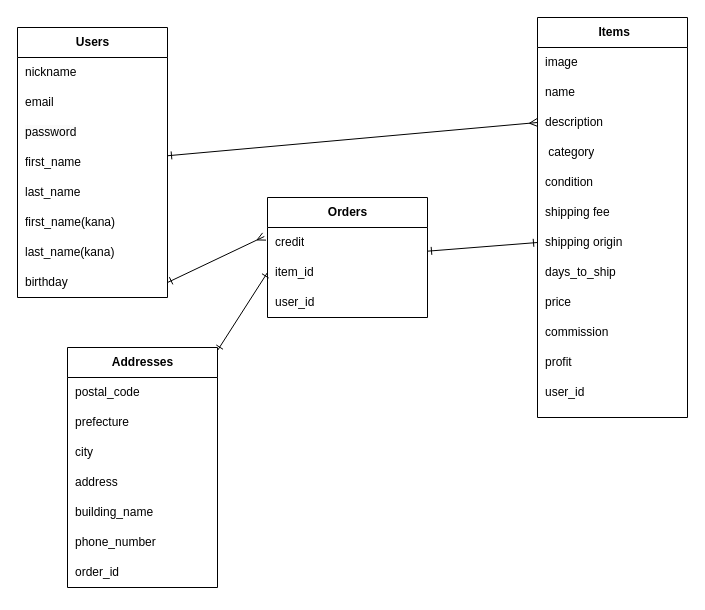
Before: ER.dio in risakot1114/furima-46405, a draw.io diagram. Source tidied: cells renumbered, new cells numbered last; positions are measured from the earlier drawing's top-left corner, leaving out a move shared by most shapes. Both pictures are drawn from the tidied source at 100%, with x=0, y=0 at pixel (17, 17).
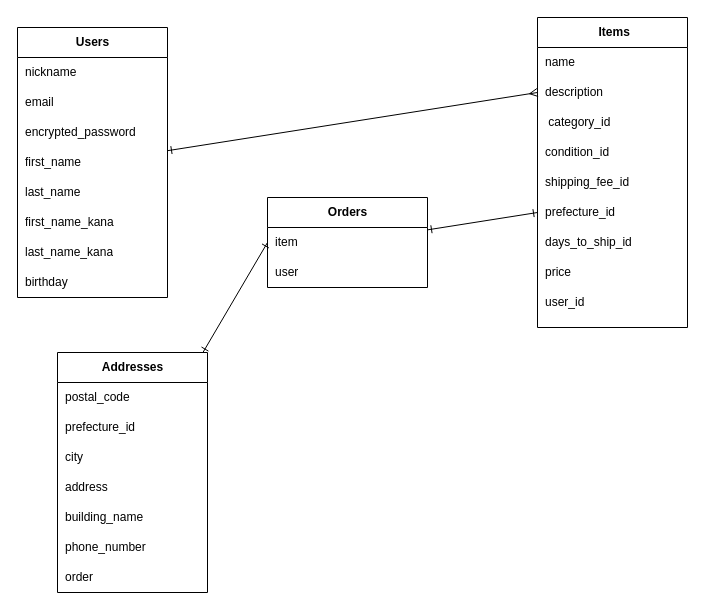
After the change.

The change refers to these unchanged cells:
```xml
<mxCell id="7" style="shape=tableRow;horizontal=0;startSize=0;swimlaneHead=0;swimlaneBody=0;fillColor=none;top=0;left=0;right=0;bottom=0;" parent="2" vertex="1">
  <mxGeometry y="90" width="150" height="30" as="geometry" />
</mxCell>
<mxCell id="13" style="shape=tableRow;horizontal=0;startSize=0;swimlaneHead=0;swimlaneBody=0;fillColor=none;top=0;left=0;right=0;bottom=0;" parent="2" vertex="1">
  <mxGeometry y="180" width="150" height="30" as="geometry" />
</mxCell>
<mxCell id="15" style="shape=tableRow;horizontal=0;startSize=0;swimlaneHead=0;swimlaneBody=0;fillColor=none;top=0;left=0;right=0;bottom=0;" parent="2" vertex="1">
  <mxGeometry y="210" width="150" height="30" as="geometry" />
</mxCell>
<mxCell id="17" style="shape=tableRow;horizontal=0;startSize=0;swimlaneHead=0;swimlaneBody=0;fillColor=none;points=[[0,0.5],[1,0.5]];portConstraint=eastwest;top=0;left=0;right=0;bottom=0;" parent="2" vertex="1">
  <mxGeometry y="240" width="150" height="30" as="geometry" />
</mxCell>
<mxCell id="54" style="shape=tableRow;horizontal=0;startSize=0;swimlaneHead=0;swimlaneBody=0;fillColor=none;top=0;left=0;right=0;bottom=0;" parent="51" vertex="1">
  <mxGeometry y="60" width="150" height="30" as="geometry" />
</mxCell>
<mxCell id="64" style="shape=tableRow;horizontal=0;startSize=0;swimlaneHead=0;swimlaneBody=0;fillColor=none;top=0;left=0;right=0;bottom=0;" parent="51" vertex="1">
  <mxGeometry y="210" width="150" height="30" as="geometry" />
</mxCell>
```

Diff of the diagram source:
```diff
@@
-    <mxCell id="2" value="Users" style="shape=table;startSize=30;childLayout=tableLayout;rowLines=0;fontStyle=1;align=center;html=1;" parent="1" vertex="1">
+    <mxCell id="2" value="Users" style="shape=table;startSize=30;childLayout=tableLayout;rowLines=0;fontStyle=1;align=center;html=1;strokeColor=default;" parent="1" vertex="1">
       <mxGeometry y="10" width="150" height="270" as="geometry" />
     </mxCell>
@@
-    <mxCell id="8" value="&lt;span style=&quot;color: rgb(0, 0, 0); font-family: Helvetica; font-size: 12px; font-style: normal; font-variant-ligatures: normal; font-variant-caps: normal; font-weight: 400; letter-spacing: normal; orphans: 2; text-align: left; text-indent: 0px; text-transform: none; widows: 2; word-spacing: 0px; -webkit-text-stroke-width: 0px; white-space: normal; background-color: rgb(251, 251, 251); text-decoration-thickness: initial; text-decoration-style: initial; text-decoration-color: initial; display: inline !important; float: none;&quot;&gt;password&lt;/span&gt;" style="shape=partialRectangle;fillColor=none;top=0;left=0;bottom=0;right=0;align=left;spacingLeft=6;overflow=hidden;whiteSpace=wrap;html=1;" parent="7" vertex="1">
-      <mxGeometry width="150" height="30" as="geometry" />
-    </mxCell>
+    <mxCell id="70" value="encrypted_password" style="shape=partialRectangle;fillColor=none;top=0;left=0;bottom=0;right=0;align=left;spacingLeft=6;overflow=hidden;whiteSpace=wrap;html=1;" parent="7" vertex="1">
+      <mxGeometry width="150" height="30" as="geometry" />
+    </mxCell>
@@
-    <mxCell id="14" value="first_name(kana)" style="shape=partialRectangle;fillColor=none;top=0;left=0;bottom=0;right=0;align=left;spacingLeft=6;overflow=hidden;whiteSpace=wrap;html=1;" parent="13" vertex="1">
+    <mxCell id="14" value="first_name_kana" style="shape=partialRectangle;fillColor=none;top=0;left=0;bottom=0;right=0;align=left;spacingLeft=6;overflow=hidden;whiteSpace=wrap;html=1;" parent="13" vertex="1">
       <mxGeometry width="150" height="30" as="geometry" />
     </mxCell>
@@
-    <mxCell id="16" value="last_name(kana)" style="shape=partialRectangle;fillColor=none;top=0;left=0;bottom=0;right=0;align=left;spacingLeft=6;overflow=hidden;whiteSpace=wrap;html=1;" parent="15" vertex="1">
+    <mxCell id="16" value="last_name_kana" style="shape=partialRectangle;fillColor=none;top=0;left=0;bottom=0;right=0;align=left;spacingLeft=6;overflow=hidden;whiteSpace=wrap;html=1;" parent="15" vertex="1">
       <mxGeometry width="150" height="30" as="geometry" />
     </mxCell>
@@
     <mxCell id="19" value="&amp;nbsp;Items" style="shape=table;startSize=30;childLayout=tableLayout;rowLines=0;fontStyle=1;align=center;html=1;" parent="1" vertex="1">
-      <mxGeometry x="520" width="150" height="400" as="geometry" />
+      <mxGeometry x="520" width="150" height="310" as="geometry" />
     </mxCell>
-    <mxCell id="20" style="shape=tableRow;horizontal=0;startSize=0;swimlaneHead=0;swimlaneBody=0;fillColor=none;top=0;left=0;right=0;bottom=0;" parent="19" vertex="1">
-      <mxGeometry y="30" width="150" height="30" as="geometry" />
-    </mxCell>
-    <mxCell id="21" value="image" style="shape=partialRectangle;fillColor=none;top=0;left=0;bottom=0;right=0;align=left;spacingLeft=6;overflow=hidden;whiteSpace=wrap;html=1;" parent="20" vertex="1">
-      <mxGeometry width="150" height="30" as="geometry" />
-    </mxCell>
     <mxCell id="22" style="shape=tableRow;horizontal=0;startSize=0;swimlaneHead=0;swimlaneBody=0;fillColor=none;top=0;left=0;right=0;bottom=0;" parent="19" vertex="1">
-      <mxGeometry y="60" width="150" height="30" as="geometry" />
+      <mxGeometry y="30" width="150" height="30" as="geometry" />
     </mxCell>
@@
     <mxCell id="24" style="shape=tableRow;horizontal=0;startSize=0;swimlaneHead=0;swimlaneBody=0;fillColor=none;points=[[0,0.5],[1,0.5]];portConstraint=eastwest;top=0;left=0;right=0;bottom=0;" parent="19" vertex="1">
-      <mxGeometry y="90" width="150" height="30" as="geometry" />
+      <mxGeometry y="60" width="150" height="30" as="geometry" />
     </mxCell>
@@
     <mxCell id="26" style="shape=tableRow;horizontal=0;startSize=0;swimlaneHead=0;swimlaneBody=0;fillColor=none;top=0;left=0;right=0;bottom=0;" parent="19" vertex="1">
-      <mxGeometry y="120" width="150" height="30" as="geometry" />
+      <mxGeometry y="90" width="150" height="30" as="geometry" />
     </mxCell>
-    <mxCell id="27" value="&amp;nbsp;category" style="shape=partialRectangle;fillColor=none;top=0;left=0;bottom=0;right=0;align=left;spacingLeft=6;overflow=hidden;whiteSpace=wrap;html=1;" parent="26" vertex="1">
+    <mxCell id="27" value="&amp;nbsp;category_id" style="shape=partialRectangle;fillColor=none;top=0;left=0;bottom=0;right=0;align=left;spacingLeft=6;overflow=hidden;whiteSpace=wrap;html=1;" parent="26" vertex="1">
       <mxGeometry width="150" height="30" as="geometry" />
     </mxCell>
     <mxCell id="28" style="shape=tableRow;horizontal=0;startSize=0;swimlaneHead=0;swimlaneBody=0;fillColor=none;top=0;left=0;right=0;bottom=0;" parent="19" vertex="1">
-      <mxGeometry y="150" width="150" height="30" as="geometry" />
+      <mxGeometry y="120" width="150" height="30" as="geometry" />
     </mxCell>
-    <mxCell id="29" value="condition" style="shape=partialRectangle;fillColor=none;top=0;left=0;bottom=0;right=0;align=left;spacingLeft=6;overflow=hidden;whiteSpace=wrap;html=1;" parent="28" vertex="1">
+    <mxCell id="29" value="condition_id" style="shape=partialRectangle;fillColor=none;top=0;left=0;bottom=0;right=0;align=left;spacingLeft=6;overflow=hidden;whiteSpace=wrap;html=1;" parent="28" vertex="1">
       <mxGeometry width="150" height="30" as="geometry" />
     </mxCell>
     <mxCell id="30" style="shape=tableRow;horizontal=0;startSize=0;swimlaneHead=0;swimlaneBody=0;fillColor=none;top=0;left=0;right=0;bottom=0;" parent="19" vertex="1">
-      <mxGeometry y="180" width="150" height="30" as="geometry" />
+      <mxGeometry y="150" width="150" height="30" as="geometry" />
     </mxCell>
-    <mxCell id="31" value="shipping fee" style="shape=partialRectangle;fillColor=none;top=0;left=0;bottom=0;right=0;align=left;spacingLeft=6;overflow=hidden;whiteSpace=wrap;html=1;" parent="30" vertex="1">
+    <mxCell id="31" value="shipping_fee_id" style="shape=partialRectangle;fillColor=none;top=0;left=0;bottom=0;right=0;align=left;spacingLeft=6;overflow=hidden;whiteSpace=wrap;html=1;" parent="30" vertex="1">
       <mxGeometry width="150" height="30" as="geometry" />
     </mxCell>
     <mxCell id="32" style="shape=tableRow;horizontal=0;startSize=0;swimlaneHead=0;swimlaneBody=0;fillColor=none;points=[[0,0.5],[1,0.5]];portConstraint=eastwest;top=0;left=0;right=0;bottom=0;" parent="19" vertex="1">
-      <mxGeometry y="210" width="150" height="30" as="geometry" />
+      <mxGeometry y="180" width="150" height="30" as="geometry" />
     </mxCell>
-    <mxCell id="33" value="shipping origin" style="shape=partialRectangle;fillColor=none;top=0;left=0;bottom=0;right=0;align=left;spacingLeft=6;overflow=hidden;whiteSpace=wrap;html=1;" parent="32" vertex="1">
+    <mxCell id="33" value="&lt;span style=&quot;color: rgb(0, 0, 0);&quot;&gt;prefecture_id&lt;/span&gt;" style="shape=partialRectangle;fillColor=none;top=0;left=0;bottom=0;right=0;align=left;spacingLeft=6;overflow=hidden;whiteSpace=wrap;html=1;" parent="32" vertex="1">
       <mxGeometry width="150" height="30" as="geometry" />
     </mxCell>
     <mxCell id="34" style="shape=tableRow;horizontal=0;startSize=0;swimlaneHead=0;swimlaneBody=0;fillColor=none;top=0;left=0;right=0;bottom=0;" parent="19" vertex="1">
-      <mxGeometry y="240" width="150" height="30" as="geometry" />
+      <mxGeometry y="210" width="150" height="30" as="geometry" />
     </mxCell>
-    <mxCell id="35" value="days_to_ship" style="shape=partialRectangle;fillColor=none;top=0;left=0;bottom=0;right=0;align=left;spacingLeft=6;overflow=hidden;whiteSpace=wrap;html=1;" parent="34" vertex="1">
+    <mxCell id="35" value="days_to_ship_id" style="shape=partialRectangle;fillColor=none;top=0;left=0;bottom=0;right=0;align=left;spacingLeft=6;overflow=hidden;whiteSpace=wrap;html=1;" parent="34" vertex="1">
       <mxGeometry width="150" height="30" as="geometry" />
     </mxCell>
     <mxCell id="36" style="shape=tableRow;horizontal=0;startSize=0;swimlaneHead=0;swimlaneBody=0;fillColor=none;top=0;left=0;right=0;bottom=0;" parent="19" vertex="1">
-      <mxGeometry y="270" width="150" height="30" as="geometry" />
+      <mxGeometry y="240" width="150" height="30" as="geometry" />
     </mxCell>
@@
-    <mxCell id="38" style="shape=tableRow;horizontal=0;startSize=0;swimlaneHead=0;swimlaneBody=0;fillColor=none;top=0;left=0;right=0;bottom=0;" parent="19" vertex="1">
-      <mxGeometry y="300" width="150" height="30" as="geometry" />
-    </mxCell>
-    <mxCell id="39" value="commission" style="shape=partialRectangle;fillColor=none;top=0;left=0;bottom=0;right=0;align=left;spacingLeft=6;overflow=hidden;whiteSpace=wrap;html=1;" parent="38" vertex="1">
-      <mxGeometry width="150" height="30" as="geometry" />
-    </mxCell>
-    <mxCell id="40" style="shape=tableRow;horizontal=0;startSize=0;swimlaneHead=0;swimlaneBody=0;fillColor=none;top=0;left=0;right=0;bottom=0;" parent="19" vertex="1">
-      <mxGeometry y="330" width="150" height="30" as="geometry" />
-    </mxCell>
-    <mxCell id="41" value="profit" style="shape=partialRectangle;fillColor=none;top=0;left=0;bottom=0;right=0;align=left;spacingLeft=6;overflow=hidden;whiteSpace=wrap;html=1;" parent="40" vertex="1">
-      <mxGeometry width="150" height="30" as="geometry" />
-    </mxCell>
     <mxCell id="42" style="shape=tableRow;horizontal=0;startSize=0;swimlaneHead=0;swimlaneBody=0;fillColor=none;top=0;left=0;right=0;bottom=0;" parent="19" vertex="1">
-      <mxGeometry y="360" width="150" height="30" as="geometry" />
+      <mxGeometry y="270" width="150" height="30" as="geometry" />
     </mxCell>
@@
     <mxCell id="44" value="Orders" style="shape=table;startSize=30;childLayout=tableLayout;rowLines=0;fontStyle=1;align=center;html=1;" parent="1" vertex="1">
-      <mxGeometry x="250" y="180" width="160" height="120" as="geometry" />
+      <mxGeometry x="250" y="180" width="160" height="90" as="geometry" />
     </mxCell>
-    <mxCell id="45" style="shape=tableRow;horizontal=0;startSize=0;swimlaneHead=0;swimlaneBody=0;fillColor=none;points=[[0,0.5],[1,0.5]];portConstraint=eastwest;top=0;left=0;right=0;bottom=0;" parent="44" vertex="1">
-      <mxGeometry y="30" width="160" height="30" as="geometry" />
-    </mxCell>
-    <mxCell id="46" value="credit" style="shape=partialRectangle;fillColor=none;top=0;left=0;bottom=0;right=0;align=left;spacingLeft=6;overflow=hidden;whiteSpace=wrap;html=1;" parent="45" vertex="1">
-      <mxGeometry width="160" height="30" as="geometry" />
-    </mxCell>
     <mxCell id="47" style="shape=tableRow;horizontal=0;startSize=0;swimlaneHead=0;swimlaneBody=0;fillColor=none;points=[[0,0.5],[1,0.5]];portConstraint=eastwest;top=0;left=0;right=0;bottom=0;" parent="44" vertex="1">
-      <mxGeometry y="60" width="160" height="30" as="geometry" />
+      <mxGeometry y="30" width="160" height="30" as="geometry" />
     </mxCell>
-    <mxCell id="48" value="item_id" style="shape=partialRectangle;fillColor=none;top=0;left=0;bottom=0;right=0;align=left;spacingLeft=6;overflow=hidden;whiteSpace=wrap;html=1;" parent="47" vertex="1">
+    <mxCell id="48" value="item" style="shape=partialRectangle;fillColor=none;top=0;left=0;bottom=0;right=0;align=left;spacingLeft=6;overflow=hidden;whiteSpace=wrap;html=1;" parent="47" vertex="1">
       <mxGeometry width="160" height="30" as="geometry" />
     </mxCell>
     <mxCell id="49" style="shape=tableRow;horizontal=0;startSize=0;swimlaneHead=0;swimlaneBody=0;fillColor=none;top=0;left=0;right=0;bottom=0;" parent="44" vertex="1">
-      <mxGeometry y="90" width="160" height="30" as="geometry" />
+      <mxGeometry y="60" width="160" height="30" as="geometry" />
     </mxCell>
-    <mxCell id="50" value="user_id" style="shape=partialRectangle;fillColor=none;top=0;left=0;bottom=0;right=0;align=left;spacingLeft=6;overflow=hidden;whiteSpace=wrap;html=1;" parent="49" vertex="1">
+    <mxCell id="50" value="user" style="shape=partialRectangle;fillColor=none;top=0;left=0;bottom=0;right=0;align=left;spacingLeft=6;overflow=hidden;whiteSpace=wrap;html=1;" parent="49" vertex="1">
       <mxGeometry width="160" height="30" as="geometry" />
     </mxCell>
     <mxCell id="51" value="Addresses" style="shape=table;startSize=30;childLayout=tableLayout;rowLines=0;fontStyle=1;align=center;html=1;" parent="1" vertex="1">
-      <mxGeometry x="50" y="330" width="150" height="240" as="geometry" />
+      <mxGeometry x="40" y="335" width="150" height="240" as="geometry" />
     </mxCell>
@@
-    <mxCell id="55" value="prefecture" style="shape=partialRectangle;fillColor=none;top=0;left=0;bottom=0;right=0;align=left;spacingLeft=6;overflow=hidden;whiteSpace=wrap;html=1;" parent="54" vertex="1">
+    <mxCell id="55" value="prefecture_id" style="shape=partialRectangle;fillColor=none;top=0;left=0;bottom=0;right=0;align=left;spacingLeft=6;overflow=hidden;whiteSpace=wrap;html=1;" parent="54" vertex="1">
       <mxGeometry width="150" height="30" as="geometry" />
     </mxCell>
@@
-    <mxCell id="65" value="order_id" style="shape=partialRectangle;fillColor=none;top=0;left=0;bottom=0;right=0;align=left;spacingLeft=6;overflow=hidden;whiteSpace=wrap;html=1;" parent="64" vertex="1">
+    <mxCell id="65" value="order" style="shape=partialRectangle;fillColor=none;top=0;left=0;bottom=0;right=0;align=left;spacingLeft=6;overflow=hidden;whiteSpace=wrap;html=1;" parent="64" vertex="1">
       <mxGeometry width="150" height="30" as="geometry" />
     </mxCell>
@@
-    <mxCell id="68" style="edgeStyle=none;html=1;exitX=1;exitY=0.5;exitDx=0;exitDy=0;entryX=-0.02;entryY=0.3;entryDx=0;entryDy=0;startArrow=ERone;startFill=0;endArrow=ERmany;endFill=0;entryPerimeter=0;" parent="1" edge="1" source="17" target="45">
+    <mxCell id="68" style="edgeStyle=none;html=1;exitX=1;exitY=0.5;exitDx=0;exitDy=0;entryX=-0.02;entryY=0.3;entryDx=0;entryDy=0;startArrow=ERone;startFill=0;endArrow=ERmany;endFill=0;entryPerimeter=0;" parent="1" edge="1" source="17">
       <mxGeometry relative="1" as="geometry" />
     </mxCell>
```
